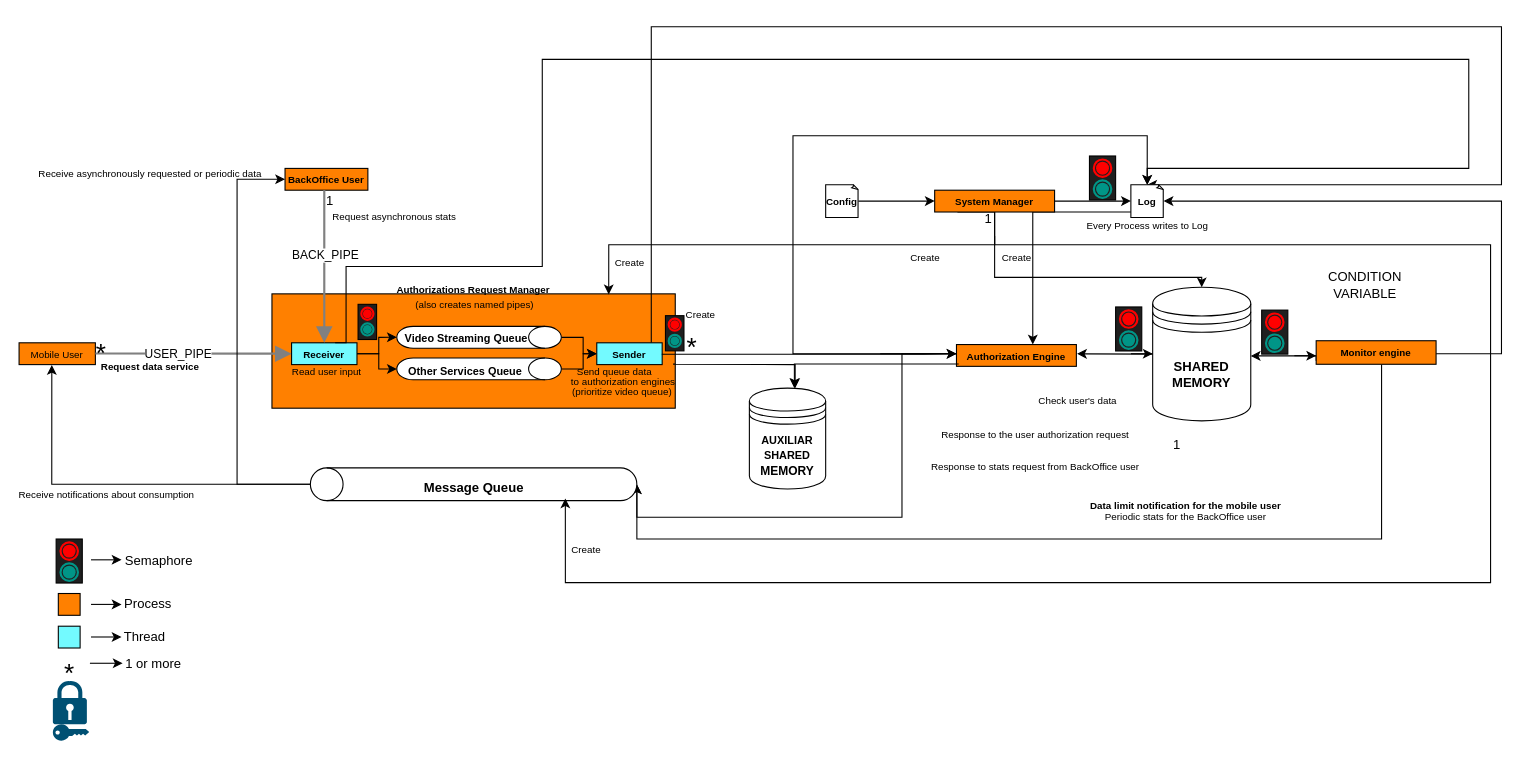
Above: Diagram.drawio in NunoMBatista/SO-Final-Project (draw.io), before the change. Source tidied: cells renumbered, new cells numbered last; positions are measured from the earlier drawing's top-left corner, leaving out a move shared by most shapes. Both pictures are drawn from the tidied source at 109%, with x=0, y=0 at pixel (19, 26).
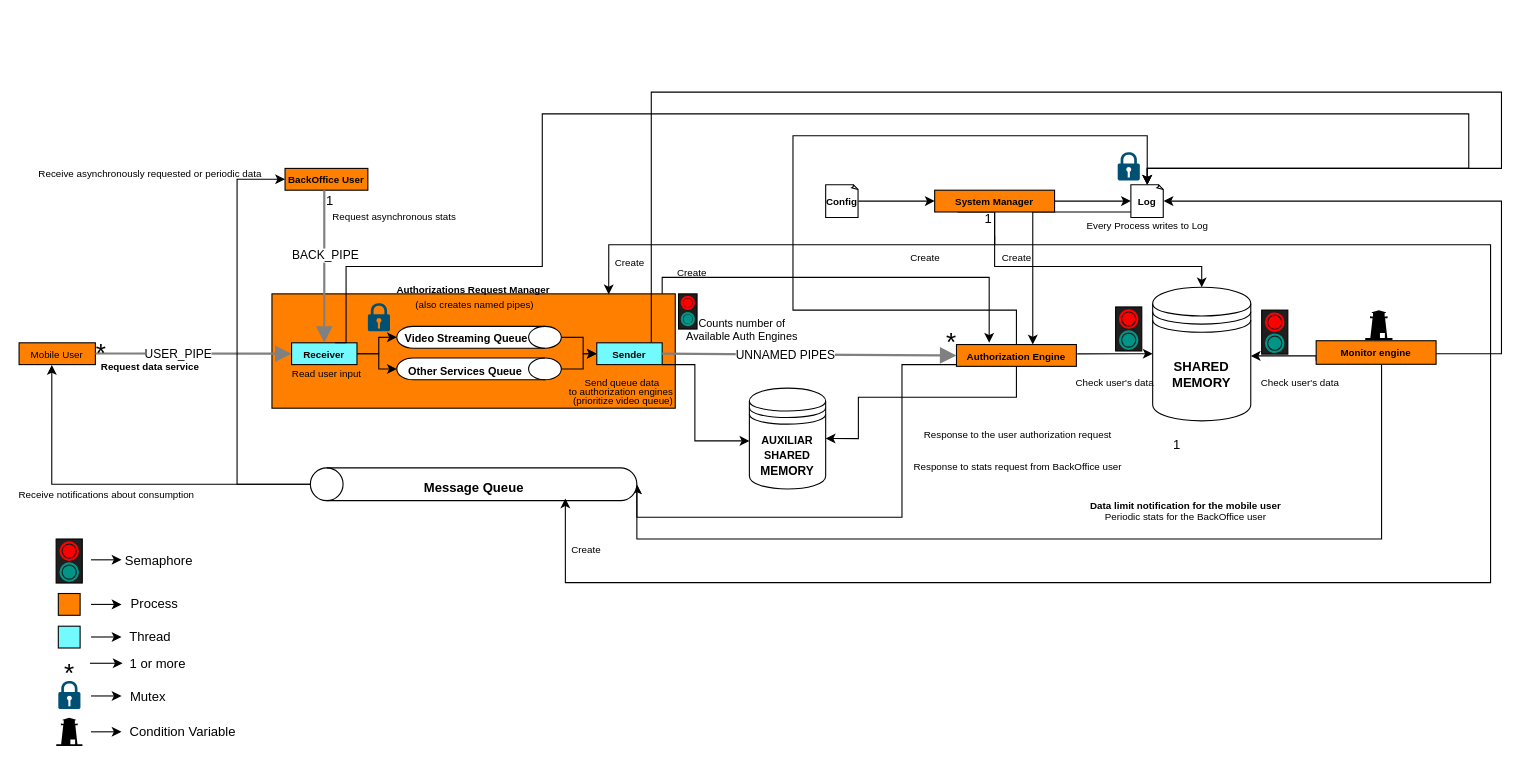
The same diagram, later.

Unchanged cells that the change refers to:
```xml
<mxCell id="3" value="&lt;div&gt;&lt;b&gt;&lt;font style=&quot;font-size: 9px;&quot;&gt;Authorizations Request Manager&lt;/font&gt;&lt;/b&gt;&lt;/div&gt;&lt;div&gt;&lt;font style=&quot;font-size: 9px;&quot;&gt;&amp;nbsp;(also creates named pipes)&lt;/font&gt;&lt;br&gt;&lt;/div&gt;&lt;br&gt;&lt;div&gt;&lt;br&gt;&lt;/div&gt;&lt;div&gt;&lt;br&gt;&lt;/div&gt;&lt;div&gt;&lt;br&gt;&lt;/div&gt;&lt;div&gt;&lt;br&gt;&lt;/div&gt;&lt;div&gt;&lt;br&gt;&lt;/div&gt;&lt;div&gt;&lt;br&gt;&lt;/div&gt;" style="rounded=0;whiteSpace=wrap;html=1;fillColor=#FF8000;" parent="1" vertex="1">
  <mxGeometry x="232" y="245.1" width="370" height="104.9" as="geometry" />
</mxCell>
<mxCell id="10" value="&lt;div&gt;&lt;b&gt;SHARED&lt;/b&gt;&lt;/div&gt;&lt;div&gt;&lt;b&gt;MEMORY&lt;br&gt;&lt;/b&gt;&lt;/div&gt;" style="shape=datastore;whiteSpace=wrap;html=1;" parent="1" vertex="1">
  <mxGeometry x="1040" y="239.1" width="90" height="122.5" as="geometry" />
</mxCell>
<mxCell id="16" value="&lt;b&gt;&lt;font style=&quot;font-size: 9px;&quot;&gt;Sender&lt;/font&gt;&lt;/b&gt;" style="rounded=0;whiteSpace=wrap;html=1;fillColor=#73FAFF;" parent="1" vertex="1">
  <mxGeometry x="530" y="290" width="60" height="20" as="geometry" />
</mxCell>
<mxCell id="30" style="shape=cylinder3;whiteSpace=wrap;html=1;boundedLbl=1;backgroundOutline=1;size=15;rotation=-90;" parent="1" vertex="1">
  <mxGeometry x="402" y="270" width="30" height="299.5" as="geometry" />
</mxCell>
<mxCell id="39" value="&lt;b&gt;&lt;font style=&quot;font-size: 9px;&quot;&gt;System Manager&lt;font&gt;&lt;font&gt;&lt;br&gt;&lt;/font&gt;&lt;/font&gt;&lt;/font&gt;&lt;/b&gt;" style="rounded=0;whiteSpace=wrap;html=1;fillColor=#FF8000;" parent="1" vertex="1">
  <mxGeometry x="840" y="150" width="110" height="20" as="geometry" />
</mxCell>
<mxCell id="40" value="&lt;b&gt;&lt;font style=&quot;font-size: 9px;&quot;&gt;Log&lt;/font&gt;&lt;/b&gt;" style="whiteSpace=wrap;html=1;shape=mxgraph.basic.document;" parent="1" vertex="1">
  <mxGeometry x="1020" y="145" width="30" height="30" as="geometry" />
</mxCell>
<mxCell id="96" value="&lt;b&gt;&lt;font style=&quot;font-size: 9px;&quot;&gt;Authorization Engine&lt;br&gt;&lt;/font&gt;&lt;/b&gt;" style="rounded=0;whiteSpace=wrap;html=1;fillColor=#FF8000;" parent="1" vertex="1">
  <mxGeometry x="860" y="291.6" width="110" height="20" as="geometry" />
</mxCell>
<mxCell id="97" value="&lt;div&gt;&lt;b style=&quot;background-color: initial;&quot;&gt;&lt;font style=&quot;font-size: 10px;&quot;&gt;AUXILIAR SHARED&lt;/font&gt;&lt;/b&gt;&lt;/div&gt;&lt;div&gt;&lt;b style=&quot;background-color: initial;&quot;&gt;&lt;font style=&quot;font-size: 11px;&quot;&gt;MEMORY&lt;/font&gt;&lt;/b&gt;&lt;br&gt;&lt;/div&gt;" style="shape=datastore;whiteSpace=wrap;html=1;" parent="1" vertex="1">
  <mxGeometry x="670" y="331.6" width="70" height="92.5" as="geometry" />
</mxCell>
```

Diff of the diagram source:
```diff
@@
+    <mxCell id="105" style="edgeStyle=orthogonalEdgeStyle;rounded=0;jettySize=auto;html=1;" parent="1" edge="1" source="3">
+      <mxGeometry relative="1" as="geometry">
+        <mxPoint x="890" y="290" as="targetPoint" />
+        <Array as="points">
+          <mxPoint x="590" y="230" />
+          <mxPoint x="890" y="230" />
+          <mxPoint x="890" y="290" />
+        </Array>
+      </mxGeometry>
+    </mxCell>
@@
     <mxCell id="15" style="edgeStyle=orthogonalEdgeStyle;rounded=0;jettySize=auto;html=1;entryX=0.5;entryY=0;entryDx=0;entryDy=0;entryPerimeter=0;" parent="1" edge="1" source="16" target="40">
       <mxGeometry relative="1" as="geometry">
         <Array as="points">
-          <mxPoint x="580" />
-          <mxPoint x="1360" />
-          <mxPoint x="1360" y="145" />
+          <mxPoint x="580" y="60" />
+          <mxPoint x="1360" y="60" />
+          <mxPoint x="1360" y="130" />
+          <mxPoint x="1035" y="130" />
         </Array>
       </mxGeometry>
     </mxCell>
+    <mxCell id="106" style="edgeStyle=orthogonalEdgeStyle;rounded=0;jettySize=auto;html=1;" parent="1" edge="1" source="16" target="97">
+      <mxGeometry relative="1" as="geometry">
+        <Array as="points">
+          <mxPoint x="620" y="310" />
+          <mxPoint x="620" y="380" />
+        </Array>
+      </mxGeometry>
+    </mxCell>
@@
     <mxCell id="19" style="edgeStyle=orthogonalEdgeStyle;rounded=0;jettySize=auto;html=1;entryX=0.5;entryY=1;entryDx=0;entryDy=0;entryPerimeter=0;" parent="1" edge="1" source="96" target="30">
       <mxGeometry relative="1" as="geometry">
         <Array as="points">
-          <mxPoint x="810" y="300" />
+          <mxPoint x="810" y="310" />
           <mxPoint x="810" y="450" />
           <mxPoint x="567" y="450" />
         </Array>
       </mxGeometry>
     </mxCell>
     <mxCell id="20" style="edgeStyle=orthogonalEdgeStyle;rounded=0;jettySize=auto;html=1;entryX=0.5;entryY=0;entryDx=0;entryDy=0;entryPerimeter=0;" parent="1" edge="1" source="96" target="40">
       <mxGeometry relative="1" as="geometry">
         <Array as="points">
-          <mxPoint x="710" y="300" />
+          <mxPoint x="915" y="260" />
+          <mxPoint x="710" y="260" />
           <mxPoint x="710" y="100" />
           <mxPoint x="1035" y="100" />
         </Array>
       </mxGeometry>
     </mxCell>
     <mxCell id="21" value="&lt;font style=&quot;font-size: 24px;&quot;&gt;*&lt;/font&gt;" style="text;html=1;align=center;verticalAlign=middle;strokeColor=none;fillColor=none;" parent="1" vertex="1">
-      <mxGeometry x="602" y="274.6" width="30" height="40" as="geometry" />
+      <mxGeometry x="840" y="269.8" width="30" height="40" as="geometry" />
     </mxCell>
@@
     <mxCell id="34" value="&lt;div&gt;&lt;font style=&quot;font-size: 9px;&quot;&gt;Response to the user authorization request&lt;font&gt;&lt;font&gt;&lt;br&gt;&lt;/font&gt;&lt;/font&gt;&lt;/font&gt;&lt;/div&gt;&lt;div&gt;&lt;font style=&quot;font-size: 9px;&quot;&gt;&lt;font&gt;&lt;font&gt;Response to stats request from BackOffice user&lt;br&gt;&lt;/font&gt;&lt;/font&gt;&lt;/font&gt;&lt;/div&gt;" style="text;strokeColor=none;fillColor=none;html=1;fontSize=24;fontStyle=0;verticalAlign=middle;align=center;rotation=0;" parent="1" vertex="1">
-      <mxGeometry x="862" y="368.8" width="140" height="30" as="geometry" />
+      <mxGeometry x="846" y="368.8" width="140" height="30" as="geometry" />
     </mxCell>
@@
     <mxCell id="36" style="edgeStyle=orthogonalEdgeStyle;rounded=0;jettySize=auto;html=1;entryX=0.5;entryY=0;entryDx=0;entryDy=0;" parent="1" edge="1" source="39" target="10">
       <mxGeometry relative="1" as="geometry">
         <Array as="points">
-          <mxPoint x="895" y="230" />
-          <mxPoint x="1085" y="230" />
+          <mxPoint x="895" y="220" />
+          <mxPoint x="1085" y="220" />
         </Array>
       </mxGeometry>
     </mxCell>
@@
     <mxCell id="52" value="&lt;div&gt;&lt;font style=&quot;font-size: 9px;&quot;&gt;Create &lt;/font&gt;&lt;/div&gt;" style="text;strokeColor=none;fillColor=none;html=1;fontSize=24;fontStyle=0;verticalAlign=middle;align=center;rotation=0;" parent="1" vertex="1">
-      <mxGeometry x="610" y="245.1" width="30" height="30" as="geometry" />
+      <mxGeometry x="602" y="206.4" width="30" height="30" as="geometry" />
     </mxCell>
     <mxCell id="53" value="&lt;div&gt;&lt;font style=&quot;font-size: 9px;&quot;&gt;&lt;span style=&quot;font-weight: normal;&quot;&gt;Check user's data&lt;/span&gt;&lt;br&gt;&lt;/font&gt;&lt;/div&gt;" style="text;strokeColor=none;fillColor=none;html=1;fontSize=24;fontStyle=1;verticalAlign=middle;align=center;rotation=0;" parent="1" vertex="1">
-      <mxGeometry x="956" y="324.4" width="30" height="30" as="geometry" />
+      <mxGeometry x="990" y="306.9" width="30" height="30" as="geometry" />
     </mxCell>
     <mxCell id="54" style="edgeStyle=orthogonalEdgeStyle;rounded=0;jettySize=auto;html=1;entryX=0.5;entryY=0;entryDx=0;entryDy=0;entryPerimeter=0;" parent="1" edge="1" target="40">
       <mxGeometry relative="1" as="geometry">
         <mxPoint x="290" y="290" as="sourcePoint" />
         <Array as="points">
           <mxPoint x="300" y="290" />
           <mxPoint x="300" y="220" />
           <mxPoint x="480" y="220" />
-          <mxPoint x="480" y="30" />
-          <mxPoint x="1330" y="30" />
+          <mxPoint x="480" y="80" />
+          <mxPoint x="1330" y="80" />
           <mxPoint x="1330" y="130" />
           <mxPoint x="1035" y="130" />
         </Array>
       </mxGeometry>
     </mxCell>
     <mxCell id="55" value="&lt;div&gt;&lt;font style=&quot;font-size: 9px;&quot;&gt;&lt;span style=&quot;font-weight: normal;&quot;&gt;Read user input&lt;/span&gt;&lt;br&gt;&lt;/font&gt;&lt;/div&gt;" style="text;strokeColor=none;fillColor=none;html=1;fontSize=24;fontStyle=1;verticalAlign=middle;align=center;rotation=0;" parent="1" vertex="1">
-      <mxGeometry x="212" y="296.8" width="140" height="30" as="geometry" />
+      <mxGeometry x="212" y="298.8" width="140" height="30" as="geometry" />
     </mxCell>
     <mxCell id="56" value="&lt;div&gt;&lt;font style=&quot;font-size: 9px;&quot;&gt;&lt;span style=&quot;font-weight: normal;&quot;&gt;Send queue data &lt;/span&gt;&lt;/font&gt;&lt;/div&gt;" style="text;strokeColor=none;fillColor=none;html=1;fontSize=24;fontStyle=1;verticalAlign=middle;align=center;rotation=0;" parent="1" vertex="1">
-      <mxGeometry x="492" y="300" width="108" height="24.4" as="geometry" />
+      <mxGeometry x="499" y="309.8" width="108" height="24.4" as="geometry" />
     </mxCell>
     <mxCell id="57" value="&lt;div&gt;&lt;font style=&quot;font-size: 9px;&quot;&gt;&lt;span style=&quot;font-weight: normal;&quot;&gt;to authorization engines&lt;br&gt;&lt;/span&gt;&lt;/font&gt;&lt;/div&gt;" style="text;strokeColor=none;fillColor=none;html=1;fontSize=24;fontStyle=1;verticalAlign=middle;align=center;rotation=0;" parent="1" vertex="1">
-      <mxGeometry x="484" y="305.6" width="140" height="30" as="geometry" />
+      <mxGeometry x="482" y="314.6" width="140" height="30" as="geometry" />
     </mxCell>
     <mxCell id="58" value="&lt;div&gt;&lt;font style=&quot;font-size: 9px;&quot;&gt;&lt;span style=&quot;font-weight: normal;&quot;&gt;(prioritize video queue)&lt;br&gt;&lt;/span&gt;&lt;/font&gt;&lt;/div&gt;" style="text;strokeColor=none;fillColor=none;html=1;fontSize=24;fontStyle=1;verticalAlign=middle;align=center;rotation=0;" parent="1" vertex="1">
-      <mxGeometry x="483" y="314.6" width="140" height="30" as="geometry" />
+      <mxGeometry x="484" y="324.4" width="140" height="30" as="geometry" />
     </mxCell>
@@
-    <mxCell id="60" style="rounded=0;whiteSpace=wrap;html=1;fillColor=#1F1F1F;" parent="1" vertex="1">
-      <mxGeometry x="982" y="118.6" width="24" height="40.4" as="geometry" />
-    </mxCell>
-    <mxCell id="61" style="dashed=0;labelPosition=right;align=left;shape=mxgraph.gmdl.radiobutton;strokeColor=#009587;fillColor=#009587;strokeWidth=2;sketch=0;html=1;" parent="1" vertex="1">
-      <mxGeometry x="986" y="141" width="16" height="16" as="geometry" />
-    </mxCell>
-    <mxCell id="62" style="dashed=0;labelPosition=right;align=left;shape=mxgraph.gmdl.radiobutton;strokeColor=#FF0000;fillColor=#FF0000;strokeWidth=2;sketch=0;html=1;" parent="1" vertex="1">
-      <mxGeometry x="986" y="121.8" width="16" height="16" as="geometry" />
-    </mxCell>
@@
     <mxCell id="70" value="Process" style="text;html=1;align=center;verticalAlign=middle;strokeColor=none;fillColor=none;" parent="1" vertex="1">
-      <mxGeometry x="83" y="515" width="70" height="30" as="geometry" />
+      <mxGeometry x="89" y="515" width="70" height="30" as="geometry" />
     </mxCell>
@@
     <mxCell id="72" value="Thread" style="text;html=1;align=center;verticalAlign=middle;strokeColor=none;fillColor=none;" parent="1" vertex="1">
-      <mxGeometry x="85" y="545" width="60" height="30" as="geometry" />
+      <mxGeometry x="90" y="545" width="60" height="30" as="geometry" />
     </mxCell>
@@
     <mxCell id="77" value="1 or more" style="text;html=1;align=center;verticalAlign=middle;strokeColor=none;fillColor=none;" parent="1" vertex="1">
-      <mxGeometry x="88" y="570" width="70" height="30" as="geometry" />
+      <mxGeometry x="92" y="570" width="70" height="30" as="geometry" />
     </mxCell>
-    <mxCell id="78" style="rounded=0;whiteSpace=wrap;html=1;fillColor=#1F1F1F;" parent="1" vertex="1">
-      <mxGeometry x="311" y="254.7" width="17" height="32.3" as="geometry" />
-    </mxCell>
-    <mxCell id="79" style="dashed=0;labelPosition=right;align=left;shape=mxgraph.gmdl.radiobutton;strokeColor=#FF0000;fillColor=#FF0000;strokeWidth=2;sketch=0;html=1;" parent="1" vertex="1">
-      <mxGeometry x="314" y="257.8" width="11.1" height="11.1" as="geometry" />
-    </mxCell>
-    <mxCell id="80" style="dashed=0;labelPosition=right;align=left;shape=mxgraph.gmdl.radiobutton;strokeColor=#009587;fillColor=#009587;strokeWidth=2;sketch=0;html=1;" parent="1" vertex="1">
-      <mxGeometry x="314" y="272.2" width="11.1" height="11.1" as="geometry" />
-    </mxCell>
     <mxCell id="81" style="rounded=0;whiteSpace=wrap;html=1;fillColor=#1F1F1F;" parent="1" vertex="1">
-      <mxGeometry x="593" y="265.1" width="17" height="32.3" as="geometry" />
+      <mxGeometry x="605" y="245.1" width="17" height="32.3" as="geometry" />
     </mxCell>
     <mxCell id="82" style="dashed=0;labelPosition=right;align=left;shape=mxgraph.gmdl.radiobutton;strokeColor=#FF0000;fillColor=#FF0000;strokeWidth=2;sketch=0;html=1;" parent="1" vertex="1">
-      <mxGeometry x="596" y="267.8" width="11.1" height="11.1" as="geometry" />
+      <mxGeometry x="608" y="247.8" width="11.1" height="11.1" as="geometry" />
     </mxCell>
     <mxCell id="83" style="dashed=0;labelPosition=right;align=left;shape=mxgraph.gmdl.radiobutton;strokeColor=#009587;fillColor=#009587;strokeWidth=2;sketch=0;html=1;" parent="1" vertex="1">
-      <mxGeometry x="596" y="282.7" width="11.1" height="11.1" as="geometry" />
+      <mxGeometry x="608" y="262.7" width="11.1" height="11.1" as="geometry" />
     </mxCell>
@@
-    <mxCell id="86" value="CONDITION VARIABLE" style="text;html=1;align=center;verticalAlign=middle;whiteSpace=wrap;rounded=0;" parent="1" vertex="1">
-      <mxGeometry x="1205" y="222" width="60" height="30" as="geometry" />
-    </mxCell>
-    <mxCell id="87" style="edgeStyle=orthogonalEdgeStyle;rounded=0;orthogonalLoop=1;jettySize=auto;html=1;" parent="1" edge="1">
-      <mxGeometry relative="1" as="geometry">
-        <mxPoint x="1170" y="301.8" as="sourcePoint" />
-        <mxPoint x="1190" y="301.8" as="targetPoint" />
-        <Array as="points">
-          <mxPoint x="1170" y="301.8" />
-        </Array>
-      </mxGeometry>
-    </mxCell>
@@
-    <mxCell id="95" style="edgeStyle=orthogonalEdgeStyle;rounded=0;jettySize=auto;html=1;" parent="1" edge="1" target="96">
-      <mxGeometry relative="1" as="geometry">
-        <mxPoint x="790" y="300" as="sourcePoint" />
-        <Array as="points">
-          <mxPoint x="790" y="300" />
-        </Array>
-      </mxGeometry>
-    </mxCell>
+    <mxCell id="107" style="edgeStyle=orthogonalEdgeStyle;rounded=0;jettySize=auto;html=1;entryX=1;entryY=0.5;entryDx=0;entryDy=0;" parent="1" edge="1" source="96" target="97">
+      <mxGeometry relative="1" as="geometry">
+        <Array as="points">
+          <mxPoint x="915" y="340" />
+          <mxPoint x="770" y="340" />
+          <mxPoint x="770" y="378" />
+        </Array>
+      </mxGeometry>
+    </mxCell>
@@
-    <mxCell id="98" style="edgeStyle=orthogonalEdgeStyle;rounded=0;jettySize=auto;html=1;exitX=0.904;exitY=0.02;exitDx=0;exitDy=0;exitPerimeter=0;" parent="1" edge="1" source="56">
-      <mxGeometry relative="1" as="geometry">
-        <mxPoint x="860" y="300" as="targetPoint" />
-        <Array as="points">
-          <mxPoint x="830" y="301" />
-        </Array>
-      </mxGeometry>
-    </mxCell>
-    <mxCell id="99" style="edgeStyle=orthogonalEdgeStyle;rounded=0;orthogonalLoop=1;jettySize=auto;html=1;" parent="1" edge="1">
-      <mxGeometry relative="1" as="geometry">
-        <mxPoint x="602" y="309.6" as="sourcePoint" />
-        <mxPoint x="712" y="331.6" as="targetPoint" />
-        <Array as="points">
-          <mxPoint x="600" y="310" />
-          <mxPoint x="712" y="310" />
-        </Array>
-      </mxGeometry>
-    </mxCell>
-    <mxCell id="100" style="edgeStyle=orthogonalEdgeStyle;rounded=0;orthogonalLoop=1;jettySize=auto;html=1;entryX=0.561;entryY=0.006;entryDx=0;entryDy=0;entryPerimeter=0;exitX=0;exitY=0.918;exitDx=0;exitDy=0;exitPerimeter=0;" parent="1" edge="1">
-      <mxGeometry relative="1" as="geometry">
-        <mxPoint x="862" y="309.4" as="sourcePoint" />
-        <mxPoint x="711.3" y="331.6" as="targetPoint" />
-        <Array as="points">
-          <mxPoint x="712" y="309" />
-          <mxPoint x="712" y="332" />
-        </Array>
-      </mxGeometry>
-    </mxCell>
     <mxCell id="101" style="sketch=0;shadow=0;dashed=0;html=1;strokeColor=none;labelPosition=center;verticalLabelPosition=bottom;verticalAlign=top;align=center;fillColor=#005073;shape=mxgraph.mscae.enterprise.lock;" parent="1" vertex="1">
-      <mxGeometry x="31" y="600" width="31.2" height="40" as="geometry" />
+      <mxGeometry x="36" y="600" width="20.3" height="26" as="geometry" />
     </mxCell>
-    <mxCell id="102" style="verticalLabelPosition=bottom;sketch=0;html=1;verticalAlign=top;align=center;shape=mxgraph.cisco19.key;fillColor=#005073;strokeColor=none;" parent="1" vertex="1">
-      <mxGeometry x="31" y="640" width="33.3" height="15" as="geometry" />
-    </mxCell>
-    <mxCell id="103" style="edgeStyle=orthogonalEdgeStyle;rounded=0;jettySize=auto;html=1;entryX=1.006;entryY=0.426;entryDx=0;entryDy=0;entryPerimeter=0;exitX=0;exitY=0.5;exitDx=0;exitDy=0;" parent="1" edge="1" target="96">
-      <mxGeometry relative="1" as="geometry">
-        <mxPoint x="1040" y="300.4" as="sourcePoint" />
-        <Array as="points">
-          <mxPoint x="1038" y="300" />
-        </Array>
-      </mxGeometry>
-    </mxCell>
-    <mxCell id="104" style="edgeStyle=orthogonalEdgeStyle;rounded=0;orthogonalLoop=1;jettySize=auto;html=1;" parent="1" edge="1">
+    <mxCell id="104" style="edgeStyle=orthogonalEdgeStyle;rounded=0;jettySize=auto;html=1;exitX=1.007;exitY=0.426;exitDx=0;exitDy=0;exitPerimeter=0;" parent="1" edge="1" source="96">
       <mxGeometry relative="1" as="geometry">
-        <mxPoint x="1020" y="300" as="sourcePoint" />
         <mxPoint x="1040" y="300" as="targetPoint" />
         <Array as="points">
           <mxPoint x="1020" y="300" />
         </Array>
       </mxGeometry>
     </mxCell>
+    <mxCell id="108" style="endArrow=classic;html=1;rounded=0;" parent="1" edge="1">
+      <mxGeometry relative="1" as="geometry">
+        <mxPoint x="66" y="614" as="sourcePoint" />
+        <mxPoint x="94" y="614" as="targetPoint" />
+      </mxGeometry>
+    </mxCell>
+    <mxCell id="109" value="Mutex" style="text;html=1;align=center;verticalAlign=middle;strokeColor=none;fillColor=none;" parent="1" vertex="1">
+      <mxGeometry x="88" y="600" width="60" height="30" as="geometry" />
+    </mxCell>
+    <mxCell id="110" style="sketch=0;shadow=0;dashed=0;html=1;strokeColor=none;labelPosition=center;verticalLabelPosition=bottom;verticalAlign=top;align=center;fillColor=#005073;shape=mxgraph.mscae.enterprise.lock;" parent="1" vertex="1">
+      <mxGeometry x="1007.9" y="115" width="20.3" height="26" as="geometry" />
+    </mxCell>
+    <mxCell id="111" style="sketch=0;shadow=0;dashed=0;html=1;strokeColor=none;labelPosition=center;verticalLabelPosition=bottom;verticalAlign=top;align=center;fillColor=#005073;shape=mxgraph.mscae.enterprise.lock;" parent="1" vertex="1">
+      <mxGeometry x="320" y="253.5" width="20.3" height="26" as="geometry" />
+    </mxCell>
+    <mxCell id="112" value="&lt;div style=&quot;font-size: 10px;&quot;&gt;&lt;font style=&quot;font-size: 10px;&quot;&gt;Counts number of&lt;/font&gt;&lt;/div&gt;&lt;div style=&quot;font-size: 10px;&quot;&gt;&lt;font style=&quot;font-size: 10px;&quot;&gt;Available Auth Engines&lt;/font&gt;&lt;br&gt;&lt;/div&gt;" style="text;html=1;align=center;verticalAlign=middle;strokeColor=none;fillColor=none;" parent="1" vertex="1">
+      <mxGeometry x="598" y="258.1" width="130" height="40" as="geometry" />
+    </mxCell>
+    <mxCell id="113" style="edgeStyle=none;html=1;strokeColor=#808080;endArrow=block;endSize=10;dashed=0;verticalAlign=bottom;strokeWidth=2;rounded=0;entryX=0;entryY=0.5;entryDx=0;entryDy=0;" parent="1" edge="1" target="96">
+      <mxGeometry relative="1" as="geometry">
+        <mxPoint x="590" y="300" as="sourcePoint" />
+      </mxGeometry>
+    </mxCell>
+    <mxCell id="114" value="UNNAMED PIPES" style="edgeLabel;html=1;align=center;verticalAlign=middle;" parent="113" vertex="1">
+      <mxGeometry x="-0.16" relative="1" as="geometry" />
+    </mxCell>
+    <mxCell id="115" value="&lt;div&gt;&lt;font style=&quot;font-size: 9px;&quot;&gt;&lt;span style=&quot;font-weight: normal;&quot;&gt;Check user's data&lt;/span&gt;&lt;br&gt;&lt;/font&gt;&lt;/div&gt;" style="text;strokeColor=none;fillColor=none;html=1;fontSize=24;fontStyle=1;verticalAlign=middle;align=center;rotation=0;" parent="1" vertex="1">
+      <mxGeometry x="1160" y="306.9" width="30" height="30" as="geometry" />
+    </mxCell>
+    <mxCell id="116" style="shape=mxgraph.signs.transportation.lighthouse_2;html=1;fillColor=#000000;strokeColor=none;verticalLabelPosition=bottom;verticalAlign=top;align=center;" parent="1" vertex="1">
+      <mxGeometry x="1235" y="260.2" width="25" height="27.3" as="geometry" />
+    </mxCell>
+    <mxCell id="117" style="shape=mxgraph.signs.transportation.lighthouse_2;html=1;fillColor=#000000;strokeColor=none;verticalLabelPosition=bottom;verticalAlign=top;align=center;" parent="1" vertex="1">
+      <mxGeometry x="34.1" y="634" width="24" height="26" as="geometry" />
+    </mxCell>
+    <mxCell id="118" style="endArrow=classic;html=1;rounded=0;" parent="1" edge="1">
+      <mxGeometry relative="1" as="geometry">
+        <mxPoint x="66" y="646.9" as="sourcePoint" />
+        <mxPoint x="94" y="646.9" as="targetPoint" />
+      </mxGeometry>
+    </mxCell>
+    <mxCell id="119" value="Condition Variable" style="text;html=1;align=center;verticalAlign=middle;strokeColor=none;fillColor=none;" parent="1" vertex="1">
+      <mxGeometry x="90" y="632" width="120" height="30" as="geometry" />
+    </mxCell>
```
